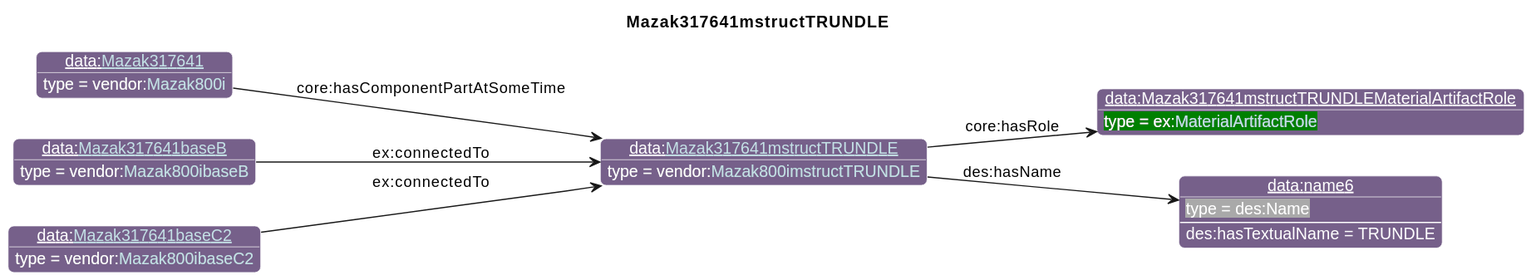
Earlier version of the PlantUML export diagrams/Mazak317641mstructTRUNDLE.svg (iofoundry/example-syseng-mtconnect). Its diagram source:
```plantuml
@startuml
!include ../iof.iuml

<style>
object {
  HyperlinkColor #C4E1E6
}
</style>

left to right direction
skinparam linetype polyline
title Mazak317641mstructTRUNDLE

!$default_direction = down

!$namespace_colors = { "bfo":"DFA702",
                      "iof":"1E90FF",
                      "ns":"Green",
                      "ns1":"76608A",
                      "core":"000000",
                      "ex":"Green",
                      "data":"76608A",
                      "vendor":"76608A",
                      "units":"8A2D3B",
                      "cmns-dsg":"3A0519",
                      "qp":"641B2E"
      }
individual(o0, data:[[./Mazak317641mstructTRUNDLE.html Mazak317641mstructTRUNDLE]], vendor:[[../Mazak.html#Mazak800imstructTRUNDLE Mazak800imstructTRUNDLE]])
individual(o1, data:Mazak317641mstructTRUNDLEMaterialArtifactRole, ex:[[../Example.html#MaterialArtifactRole MaterialArtifactRole]])
individual(o2, data:name6, des:Name)
individual(o3, data:[[./Mazak317641.html Mazak317641]], vendor:[[../Mazak.html#Mazak800i Mazak800i]])
individual(o4, data:[[./Mazak317641baseB.html Mazak317641baseB]], vendor:[[../Mazak.html#Mazak800ibaseB Mazak800ibaseB]])
individual(o5, data:[[./Mazak317641baseC2.html Mazak317641baseC2]], vendor:[[../Mazak.html#Mazak800ibaseC2 Mazak800ibaseC2]])
property(o0, "core:hasRole", o1)
property(o0, "des:hasName", o2)
data(o2, "des:hasTextualName", "TRUNDLE")
property(o3, "core:hasComponentPartAtSomeTime", o0)
property(o4, "ex:connectedTo", o0)
property(o5, "ex:connectedTo", o0)
@enduml
```
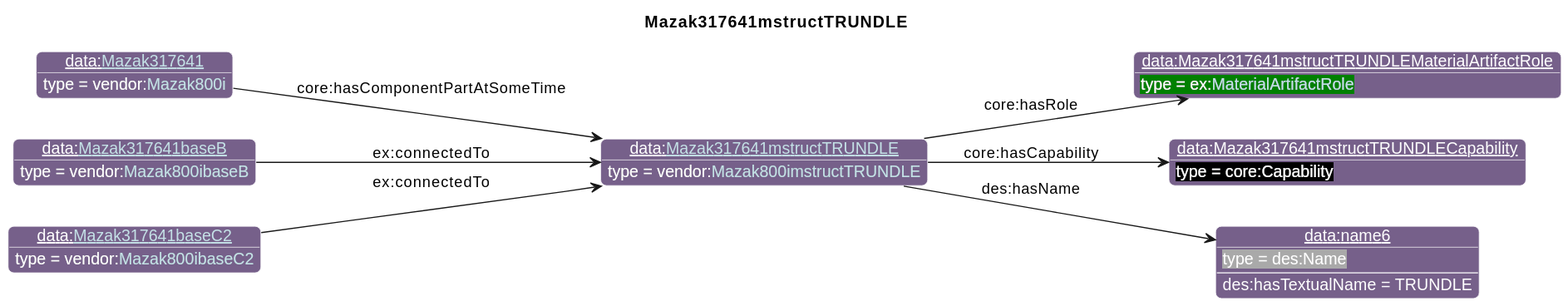
The same file after the commit.

Diff of the diagram source:
```diff
@@ -27,14 +27,16 @@
       }
 individual(o0, data:[[./Mazak317641mstructTRUNDLE.html Mazak317641mstructTRUNDLE]], vendor:[[../Mazak.html#Mazak800imstructTRUNDLE Mazak800imstructTRUNDLE]])
 individual(o1, data:Mazak317641mstructTRUNDLEMaterialArtifactRole, ex:[[../Example.html#MaterialArtifactRole MaterialArtifactRole]])
-individual(o2, data:name6, des:Name)
-individual(o3, data:[[./Mazak317641.html Mazak317641]], vendor:[[../Mazak.html#Mazak800i Mazak800i]])
-individual(o4, data:[[./Mazak317641baseB.html Mazak317641baseB]], vendor:[[../Mazak.html#Mazak800ibaseB Mazak800ibaseB]])
-individual(o5, data:[[./Mazak317641baseC2.html Mazak317641baseC2]], vendor:[[../Mazak.html#Mazak800ibaseC2 Mazak800ibaseC2]])
+individual(o2, data:Mazak317641mstructTRUNDLECapability, core:Capability)
+individual(o3, data:name6, des:Name)
+individual(o4, data:[[./Mazak317641.html Mazak317641]], vendor:[[../Mazak.html#Mazak800i Mazak800i]])
+individual(o5, data:[[./Mazak317641baseB.html Mazak317641baseB]], vendor:[[../Mazak.html#Mazak800ibaseB Mazak800ibaseB]])
+individual(o6, data:[[./Mazak317641baseC2.html Mazak317641baseC2]], vendor:[[../Mazak.html#Mazak800ibaseC2 Mazak800ibaseC2]])
 property(o0, "core:hasRole", o1)
-property(o0, "des:hasName", o2)
-data(o2, "des:hasTextualName", "TRUNDLE")
-property(o3, "core:hasComponentPartAtSomeTime", o0)
-property(o4, "ex:connectedTo", o0)
+property(o0, "core:hasCapability", o2)
+property(o0, "des:hasName", o3)
+data(o3, "des:hasTextualName", "TRUNDLE")
+property(o4, "core:hasComponentPartAtSomeTime", o0)
 property(o5, "ex:connectedTo", o0)
+property(o6, "ex:connectedTo", o0)
 @enduml
```
